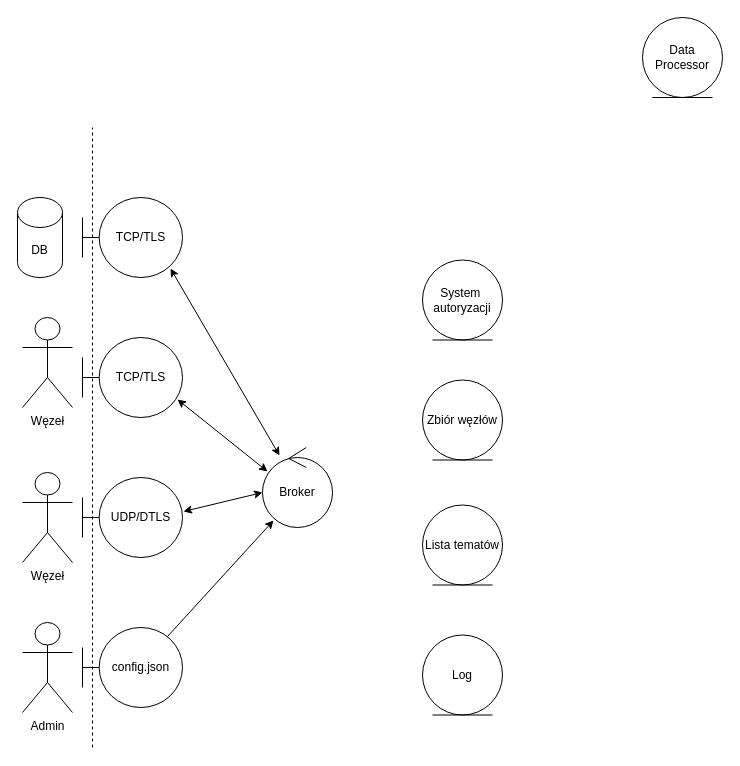
Before: page "components" (6 of 8) of przypadki-uzycia/use-cases.drawio in pastor356/inz, a draw.io diagram. Source tidied: cells renumbered, new cells numbered last; positions are measured from the earlier drawing's top-left corner, leaving out a move shared by most shapes. Both pictures are drawn from the tidied source at 100%, with x=0, y=0 at pixel (17, 17).
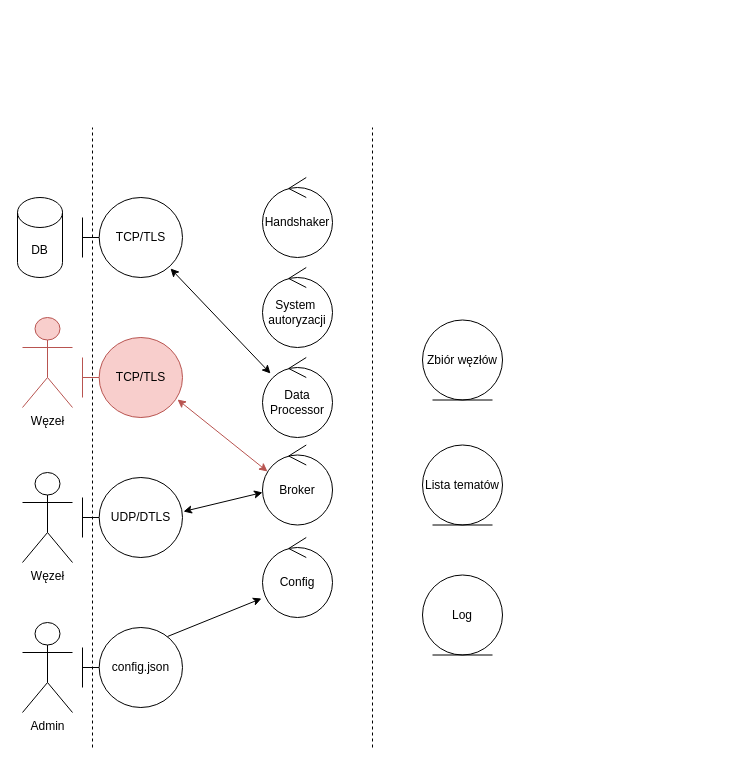
Above is the later version.

Diff of the diagram source:
```diff
@@
-    <mxCell id="2" value="Data&lt;div&gt;Processor&lt;/div&gt;" style="ellipse;shape=umlEntity;whiteSpace=wrap;html=1;" parent="1" vertex="1">
-      <mxGeometry x="625" width="80" height="80" as="geometry" />
-    </mxCell>
@@
-    <mxCell id="4" value="Węzeł" style="shape=umlActor;verticalLabelPosition=bottom;verticalAlign=top;html=1;" parent="1" vertex="1">
+    <mxCell id="4" value="Węzeł" style="shape=umlActor;verticalLabelPosition=bottom;verticalAlign=top;html=1;fillColor=#f8cecc;strokeColor=#b85450;" parent="1" vertex="1">
       <mxGeometry x="5" y="300" width="50" height="90" as="geometry" />
     </mxCell>
-    <mxCell id="5" value="TCP/TLS" style="shape=umlBoundary;whiteSpace=wrap;html=1;" parent="1" vertex="1">
+    <mxCell id="5" value="TCP/TLS" style="shape=umlBoundary;whiteSpace=wrap;html=1;fillColor=#f8cecc;strokeColor=#b85450;" parent="1" vertex="1">
       <mxGeometry x="65" y="320" width="100" height="80" as="geometry" />
     </mxCell>
-    <mxCell id="6" style="endArrow=classic;startArrow=classic;html=1;rounded=0;" parent="1" edge="1">
+    <mxCell id="6" style="endArrow=classic;startArrow=classic;html=1;rounded=0;fillColor=#f8cecc;strokeColor=#b85450;" parent="1" edge="1">
       <mxGeometry relative="1" as="geometry">
         <mxPoint x="250" y="454" as="sourcePoint" />
         <mxPoint x="160" y="382" as="targetPoint" />
       </mxGeometry>
     </mxCell>
     <mxCell id="7" value="Broker" style="ellipse;shape=umlControl;whiteSpace=wrap;html=1;" parent="1" vertex="1">
-      <mxGeometry x="245" y="430" width="70" height="80" as="geometry" />
+      <mxGeometry x="245" y="427.5" width="70" height="80" as="geometry" />
     </mxCell>
@@
     <mxCell id="13" style="endArrow=classic;html=1;rounded=0;" parent="1" edge="1">
       <mxGeometry relative="1" as="geometry">
         <mxPoint x="150" y="619" as="sourcePoint" />
-        <mxPoint x="256" y="503" as="targetPoint" />
+        <mxPoint x="244" y="581" as="targetPoint" />
       </mxGeometry>
     </mxCell>
     <mxCell id="14" value="Log" style="ellipse;shape=umlEntity;whiteSpace=wrap;html=1;" parent="1" vertex="1">
-      <mxGeometry x="405" y="617.5" width="80" height="80" as="geometry" />
+      <mxGeometry x="405" y="557.5" width="80" height="80" as="geometry" />
     </mxCell>
     <mxCell id="15" value="Lista tematów" style="ellipse;shape=umlEntity;whiteSpace=wrap;html=1;" parent="1" vertex="1">
-      <mxGeometry x="405" y="487.5" width="80" height="80" as="geometry" />
+      <mxGeometry x="405" y="427.5" width="80" height="80" as="geometry" />
     </mxCell>
     <mxCell id="16" value="Zbiór węzłów" style="ellipse;shape=umlEntity;whiteSpace=wrap;html=1;" parent="1" vertex="1">
-      <mxGeometry x="405" y="362.5" width="80" height="80" as="geometry" />
+      <mxGeometry x="405" y="302.5" width="80" height="80" as="geometry" />
     </mxCell>
-    <mxCell id="17" value="System&amp;nbsp;&lt;div&gt;autoryzacji&lt;/div&gt;" style="ellipse;shape=umlEntity;whiteSpace=wrap;html=1;" parent="1" vertex="1">
-      <mxGeometry x="405" y="242.5" width="80" height="80" as="geometry" />
-    </mxCell>
@@
     <mxCell id="20" style="endArrow=classic;startArrow=classic;html=1;rounded=0;" parent="1" edge="1">
       <mxGeometry relative="1" as="geometry">
         <mxPoint x="153" y="251" as="sourcePoint" />
-        <mxPoint x="262" y="438" as="targetPoint" />
+        <mxPoint x="253" y="356" as="targetPoint" />
       </mxGeometry>
     </mxCell>
+    <mxCell id="21" value="Config" style="ellipse;shape=umlControl;whiteSpace=wrap;html=1;" parent="1" vertex="1">
+      <mxGeometry x="245" y="520" width="70" height="80" as="geometry" />
+    </mxCell>
+    <mxCell id="2" value="Data&lt;div&gt;Processor&lt;/div&gt;" style="ellipse;shape=umlControl;whiteSpace=wrap;html=1;" parent="1" vertex="1">
+      <mxGeometry x="245" y="340" width="70" height="80" as="geometry" />
+    </mxCell>
+    <mxCell id="17" value="System&amp;nbsp;&lt;div&gt;autoryzacji&lt;/div&gt;" style="ellipse;shape=umlControl;whiteSpace=wrap;html=1;" parent="1" vertex="1">
+      <mxGeometry x="245" y="250" width="70" height="80" as="geometry" />
+    </mxCell>
+    <mxCell id="22" value="Handshaker" style="ellipse;shape=umlControl;whiteSpace=wrap;html=1;" parent="1" vertex="1">
+      <mxGeometry x="245" y="160" width="70" height="80" as="geometry" />
+    </mxCell>
+    <mxCell id="23" style="endArrow=none;dashed=1;html=1;rounded=0;" parent="1" edge="1">
+      <mxGeometry relative="1" as="geometry">
+        <mxPoint x="355" y="730" as="sourcePoint" />
+        <mxPoint x="355" y="110" as="targetPoint" />
+      </mxGeometry>
+    </mxCell>
```
